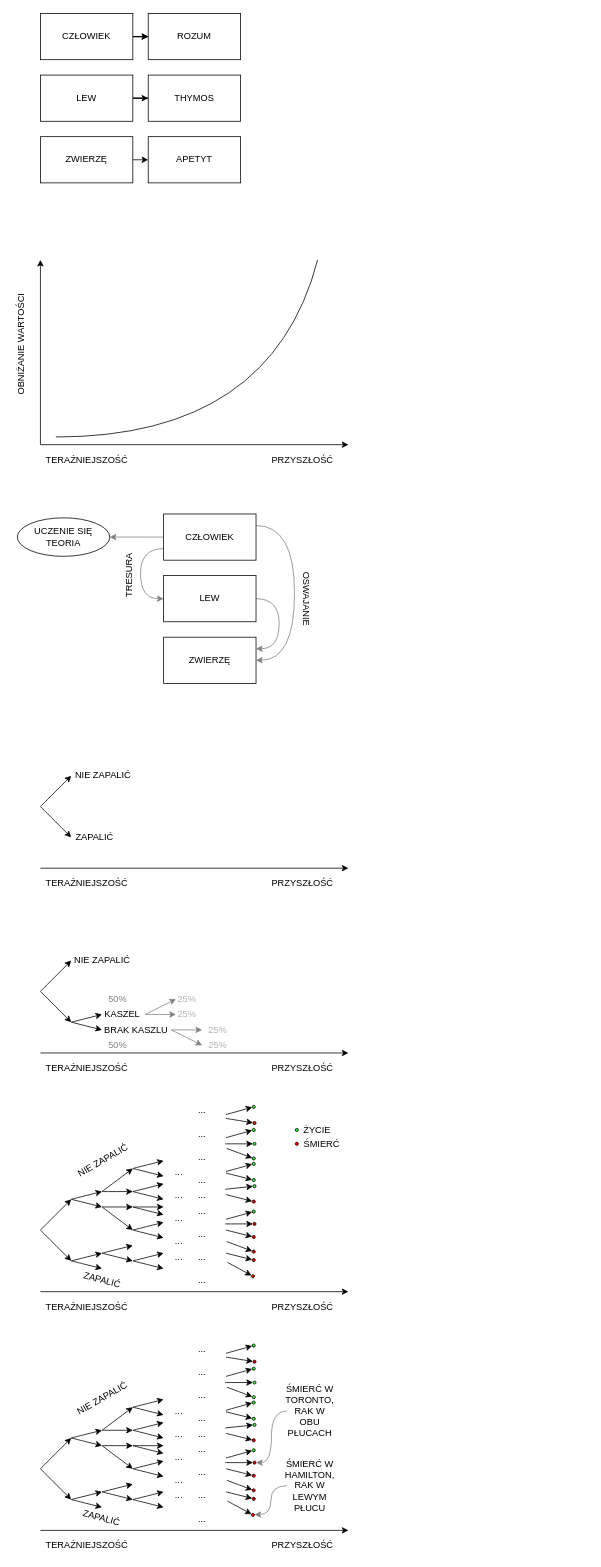
Above: images/Untitled Diagram.drawio in lyckantropen/awakening-pl (draw.io), before the change. Source tidied: cells renumbered, new cells numbered last; positions are measured from the earlier drawing's top-left corner, leaving out a move shared by most shapes. Both pictures are drawn from the tidied source at 77%, with x=0, y=0 at pixel (-37, 13).
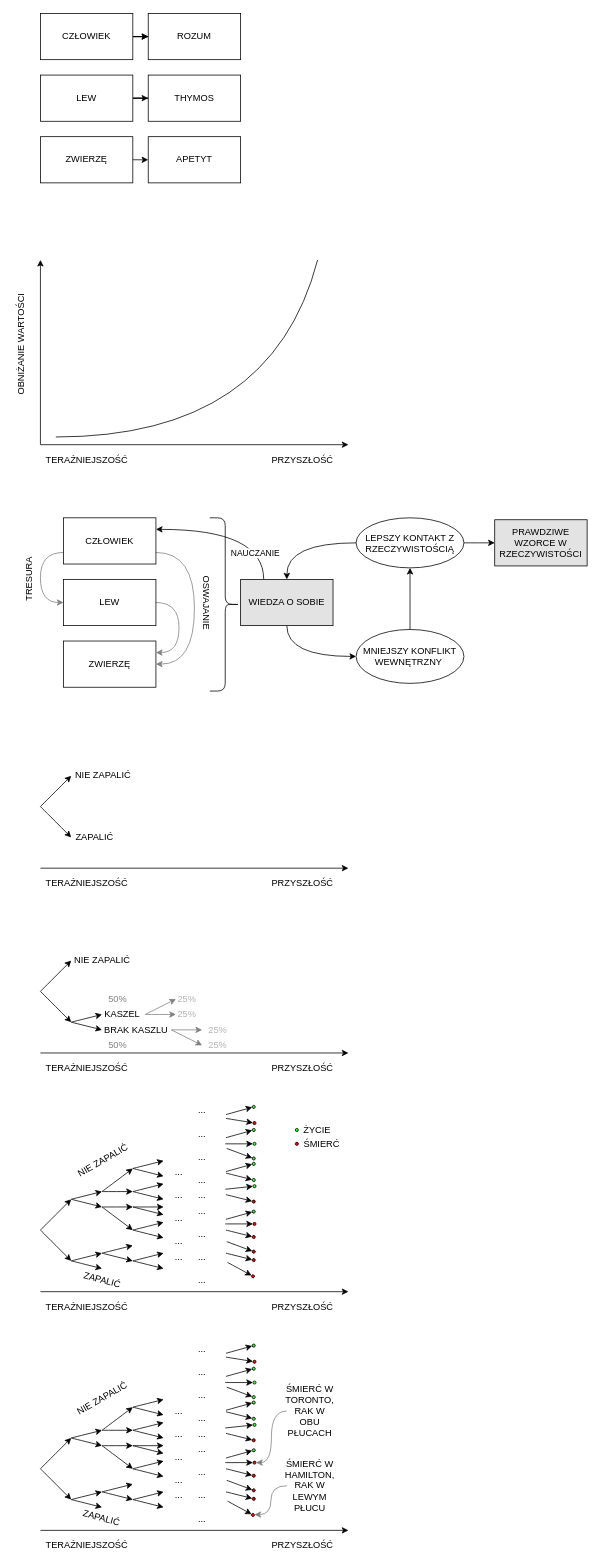
The same diagram, later.

Diff of the diagram source:
```diff
@@
-    <mxCell id="225" style="edgeStyle=orthogonalEdgeStyle;curved=1;jettySize=auto;html=1;fontColor=#999999;strokeColor=#808080;entryX=1;entryY=0.5;entryDx=0;entryDy=0;" parent="1" edge="1" source="228" target="234">
-      <mxGeometry relative="1" as="geometry" />
-    </mxCell>
-    <mxCell id="226" style="edgeStyle=orthogonalEdgeStyle;curved=1;jettySize=auto;html=1;exitX=1;exitY=0.25;exitDx=0;exitDy=0;entryX=1;entryY=0.5;entryDx=0;entryDy=0;fontColor=#999999;strokeColor=#808080;" parent="1" edge="1" source="228" target="231">
+    <mxCell id="226" style="edgeStyle=orthogonalEdgeStyle;curved=1;jettySize=auto;html=1;exitX=1;exitY=0.75;exitDx=0;exitDy=0;entryX=1;entryY=0.5;entryDx=0;entryDy=0;fontColor=#999999;strokeColor=#808080;" parent="1" edge="1" source="228" target="231">
       <mxGeometry relative="1" as="geometry">
         <Array as="points">
-          <mxPoint x="430" y="665" />
-          <mxPoint x="430" y="840" />
+          <mxPoint x="300" y="700" />
+          <mxPoint x="300" y="845" />
         </Array>
       </mxGeometry>
     </mxCell>
     <mxCell id="227" style="edgeStyle=orthogonalEdgeStyle;curved=1;jettySize=auto;html=1;exitX=0;exitY=0.75;exitDx=0;exitDy=0;entryX=0;entryY=0.5;entryDx=0;entryDy=0;fontColor=#999999;strokeColor=#808080;" parent="1" edge="1" source="228" target="230">
       <mxGeometry relative="1" as="geometry">
         <Array as="points">
-          <mxPoint x="230" y="695" />
-          <mxPoint x="230" y="760" />
+          <mxPoint x="100" y="700" />
+          <mxPoint x="100" y="765" />
         </Array>
       </mxGeometry>
     </mxCell>
     <mxCell id="228" value="CZŁOWIEK" style="rounded=0;whiteSpace=wrap;html=1;" parent="1" vertex="1">
-      <mxGeometry x="260" y="650" width="120" height="60" as="geometry" />
+      <mxGeometry x="130" y="655" width="120" height="60" as="geometry" />
     </mxCell>
     <mxCell id="229" style="edgeStyle=orthogonalEdgeStyle;curved=1;jettySize=auto;html=1;exitX=1;exitY=0.5;exitDx=0;exitDy=0;entryX=1;entryY=0.25;entryDx=0;entryDy=0;fontColor=#999999;strokeColor=#808080;" parent="1" edge="1" source="230" target="231">
       <mxGeometry relative="1" as="geometry">
         <Array as="points">
-          <mxPoint x="410" y="760" />
-          <mxPoint x="410" y="825" />
+          <mxPoint x="280" y="765" />
+          <mxPoint x="280" y="830" />
         </Array>
       </mxGeometry>
     </mxCell>
     <mxCell id="230" value="LEW" style="rounded=0;whiteSpace=wrap;html=1;" parent="1" vertex="1">
-      <mxGeometry x="260" y="730" width="120" height="60" as="geometry" />
+      <mxGeometry x="130" y="735" width="120" height="60" as="geometry" />
     </mxCell>
     <mxCell id="231" value="ZWIERZĘ" style="rounded=0;whiteSpace=wrap;html=1;" parent="1" vertex="1">
-      <mxGeometry x="260" y="810" width="120" height="60" as="geometry" />
+      <mxGeometry x="130" y="815" width="120" height="60" as="geometry" />
     </mxCell>
     <mxCell id="232" value="OSWAJANIE" style="text;html=1;align=center;verticalAlign=middle;strokeColor=none;fillColor=none;fontColor=#000000;rotation=90;" parent="1" vertex="1">
-      <mxGeometry x="400" y="750" width="90" height="20" as="geometry" />
+      <mxGeometry x="270" y="755" width="90" height="20" as="geometry" />
     </mxCell>
     <mxCell id="233" value="TRESURA" style="text;html=1;align=center;verticalAlign=middle;strokeColor=none;fillColor=none;fontColor=#000000;rotation=-90;" parent="1" vertex="1">
-      <mxGeometry x="180" y="720" width="70" height="20" as="geometry" />
+      <mxGeometry x="50" y="725" width="70" height="20" as="geometry" />
     </mxCell>
-    <mxCell id="234" value="UCZENIE SIĘ&lt;br&gt;TEORIA" style="ellipse;whiteSpace=wrap;html=1;fontColor=#000000;fillColor=default;gradientColor=none;" parent="1" vertex="1">
-      <mxGeometry x="70" y="655" width="120" height="50" as="geometry" />
-    </mxCell>
+    <mxCell id="235" style="edgeStyle=orthogonalEdgeStyle;curved=1;rounded=0;jettySize=auto;html=1;entryX=0;entryY=0.5;entryDx=0;entryDy=0;" parent="1" edge="1" source="237" target="244">
+      <mxGeometry relative="1" as="geometry" />
+    </mxCell>
+    <mxCell id="236" style="edgeStyle=orthogonalEdgeStyle;curved=1;rounded=0;jettySize=auto;html=1;entryX=0.5;entryY=0;entryDx=0;entryDy=0;" parent="1" edge="1" source="237" target="243">
+      <mxGeometry relative="1" as="geometry" />
+    </mxCell>
+    <mxCell id="237" value="LEPSZY KONTAKT Z RZECZYWISTOŚCIĄ" style="ellipse;whiteSpace=wrap;html=1;" parent="1" vertex="1">
+      <mxGeometry x="510" y="655" width="140" height="65" as="geometry" />
+    </mxCell>
+    <mxCell id="238" style="edgeStyle=orthogonalEdgeStyle;curved=1;rounded=0;jettySize=auto;html=1;exitX=0.5;exitY=0;exitDx=0;exitDy=0;entryX=0.5;entryY=1;entryDx=0;entryDy=0;" parent="1" edge="1" source="239" target="237">
+      <mxGeometry relative="1" as="geometry">
+        <Array as="points">
+          <mxPoint x="580" y="760" />
+          <mxPoint x="580" y="760" />
+        </Array>
+      </mxGeometry>
+    </mxCell>
+    <mxCell id="239" value="MNIEJSZY KONFLIKT&lt;br&gt;WEWNĘTRZNY&amp;nbsp;" style="ellipse;whiteSpace=wrap;html=1;" parent="1" vertex="1">
+      <mxGeometry x="510" y="800" width="140" height="70" as="geometry" />
+    </mxCell>
+    <mxCell id="240" style="edgeStyle=orthogonalEdgeStyle;curved=1;rounded=0;jettySize=auto;html=1;exitX=0.5;exitY=1;exitDx=0;exitDy=0;entryX=0;entryY=0.5;entryDx=0;entryDy=0;" parent="1" edge="1" source="243" target="239">
+      <mxGeometry relative="1" as="geometry" />
+    </mxCell>
+    <mxCell id="241" style="edgeStyle=orthogonalEdgeStyle;curved=1;rounded=0;jettySize=auto;html=1;exitX=0.25;exitY=0;exitDx=0;exitDy=0;entryX=1;entryY=0.25;entryDx=0;entryDy=0;" parent="1" edge="1" source="243" target="228">
+      <mxGeometry relative="1" as="geometry" />
+    </mxCell>
+    <mxCell id="242" value="NAUCZANIE" style="edgeLabel;html=1;align=center;verticalAlign=middle;" parent="241" vertex="1">
+      <mxGeometry x="-0.04" y="16" relative="1" as="geometry">
+        <mxPoint x="21" y="14" as="offset" />
+      </mxGeometry>
+    </mxCell>
+    <mxCell id="243" value="WIEDZA O SOBIE" style="whiteSpace=wrap;html=1;fillColor=#E3E3E3;" parent="1" vertex="1">
+      <mxGeometry x="360" y="735" width="120" height="60" as="geometry" />
+    </mxCell>
+    <mxCell id="244" value="PRAWDZIWE WZORCE W RZECZYWISTOŚCI" style="whiteSpace=wrap;html=1;fillColor=#E3E3E3;" parent="1" vertex="1">
+      <mxGeometry x="690" y="657.5" width="120" height="60" as="geometry" />
+    </mxCell>
+    <mxCell id="245" style="shape=curlyBracket;whiteSpace=wrap;html=1;rounded=1;flipH=1;fillColor=#E3E3E3;" parent="1" vertex="1">
+      <mxGeometry x="320" y="655" width="40" height="225" as="geometry" />
+    </mxCell>
```
